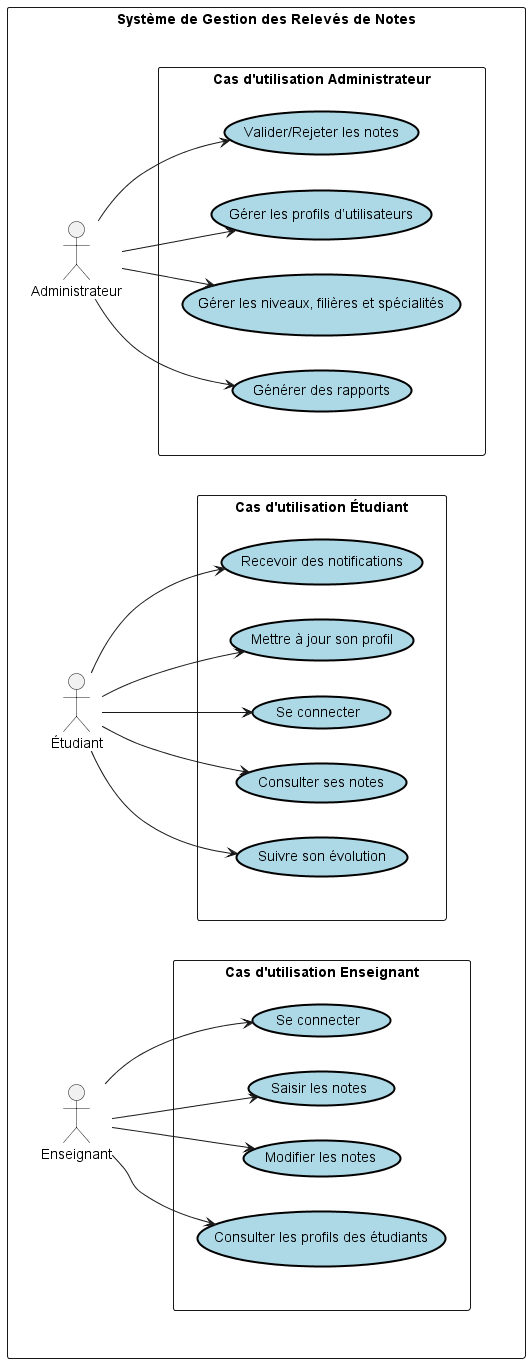
Above: out/classe/cas.png in expedit206/Echantillon-lara10 (PlantUML), before the change.
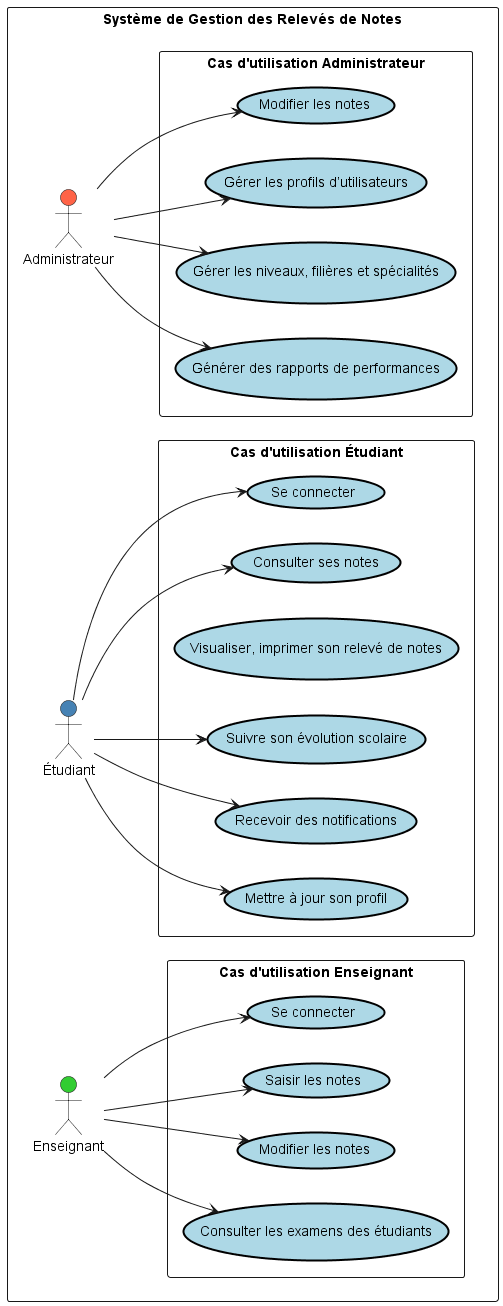
Later version of the same file.

Change to the diagram source:
```diff
@@ -7,14 +7,15 @@
 }
 
 rectangle "Système de Gestion des Relevés de Notes" as System {
-  actor "Administrateur" as admin
-  actor "Étudiant" as etudiant
-  actor "Enseignant" as enseignant
+  actor "Administrateur" as admin #FF6347
+  actor "Étudiant" as etudiant #4682B4
+  actor "Enseignant" as enseignant #32CD32
 
   rectangle "Cas d'utilisation Étudiant" as StudentUseCases {
     usecase "Se connecter" as UC1
     usecase "Consulter ses notes" as UC2
-    usecase "Suivre son évolution" as UC3
+    usecase "Visualiser, imprimer son relevé de notes" as UC25
+    usecase "Suivre son évolution scolaire" as UC3
     usecase "Recevoir des notifications" as UC4
     usecase "Mettre à jour son profil" as UC5
   }
@@ -23,22 +24,14 @@
     usecase "Se connecter" as UC6
     usecase "Saisir les notes" as UC7
     usecase "Modifier les notes" as UC8
-    usecase "Consulter les profils des étudiants" as UC9
+    usecase "Consulter les examens des étudiants" as UC9
   }
 
   rectangle "Cas d'utilisation Administrateur" as AdminUseCases {
-    usecase "Valider/Rejeter les notes" as UC10
+    usecase "Modifier les notes" as UC10
     usecase "Gérer les profils d’utilisateurs" as UC11
     usecase "Gérer les niveaux, filières et spécialités" as UC12
-    usecase "Générer des rapports" as UC13
-  }
-
-  System -[hidden]-> StudentUseCases
-  System -[hidden]-> TeacherUseCases
-  System -[hidden]-> AdminUseCases
-
-  skinparam rectangle {
-    Width 0
+    usecase "Générer des rapports de performances" as UC13
   }
 
   etudiant --> UC1
```
